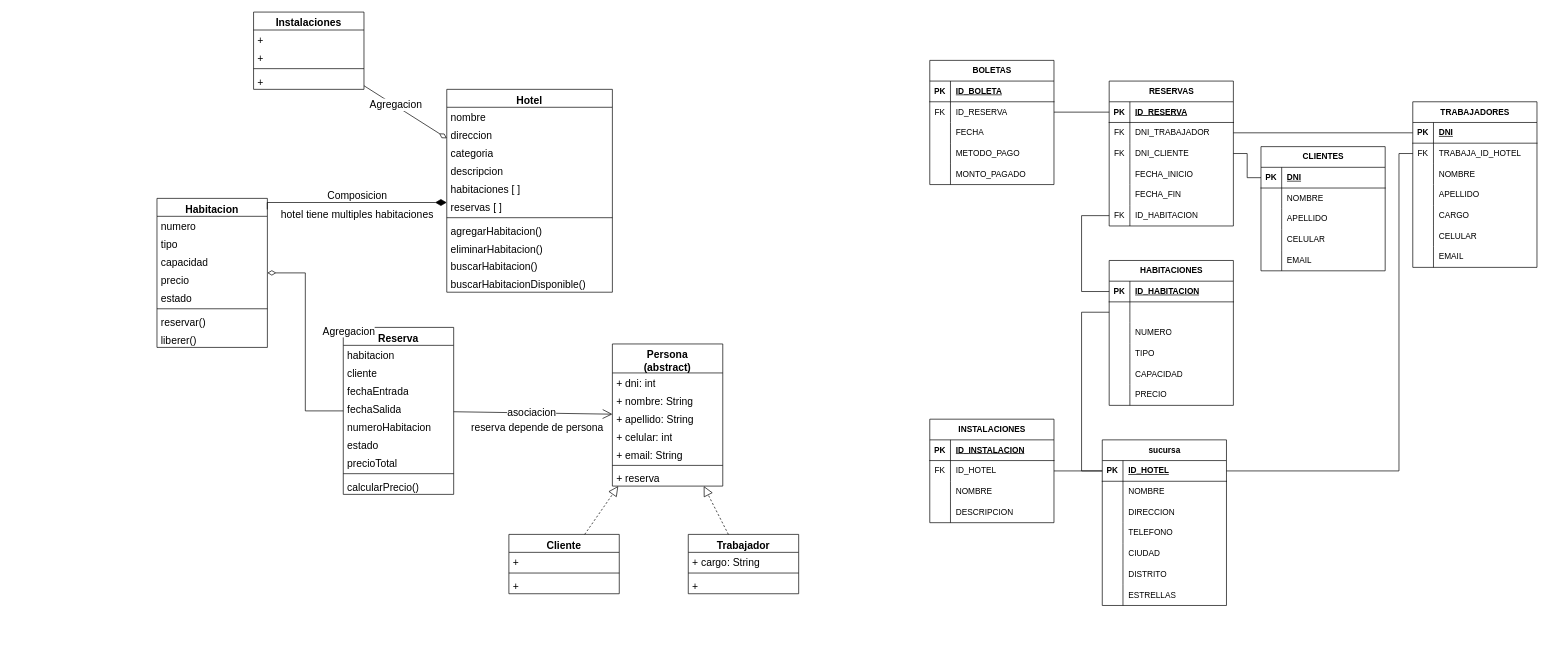
This is UML.drawio from Leo-Spj/Sistema-Gestor-de-Reservas-Hoteleras, a draw.io file, before an edit. Source tidied: cells renumbered, new cells numbered last; positions are measured from the earlier drawing's top-left corner, leaving out a move shared by most shapes. Both pictures are drawn from the tidied source at 69%, with x=0, y=0 at pixel (157, 12).
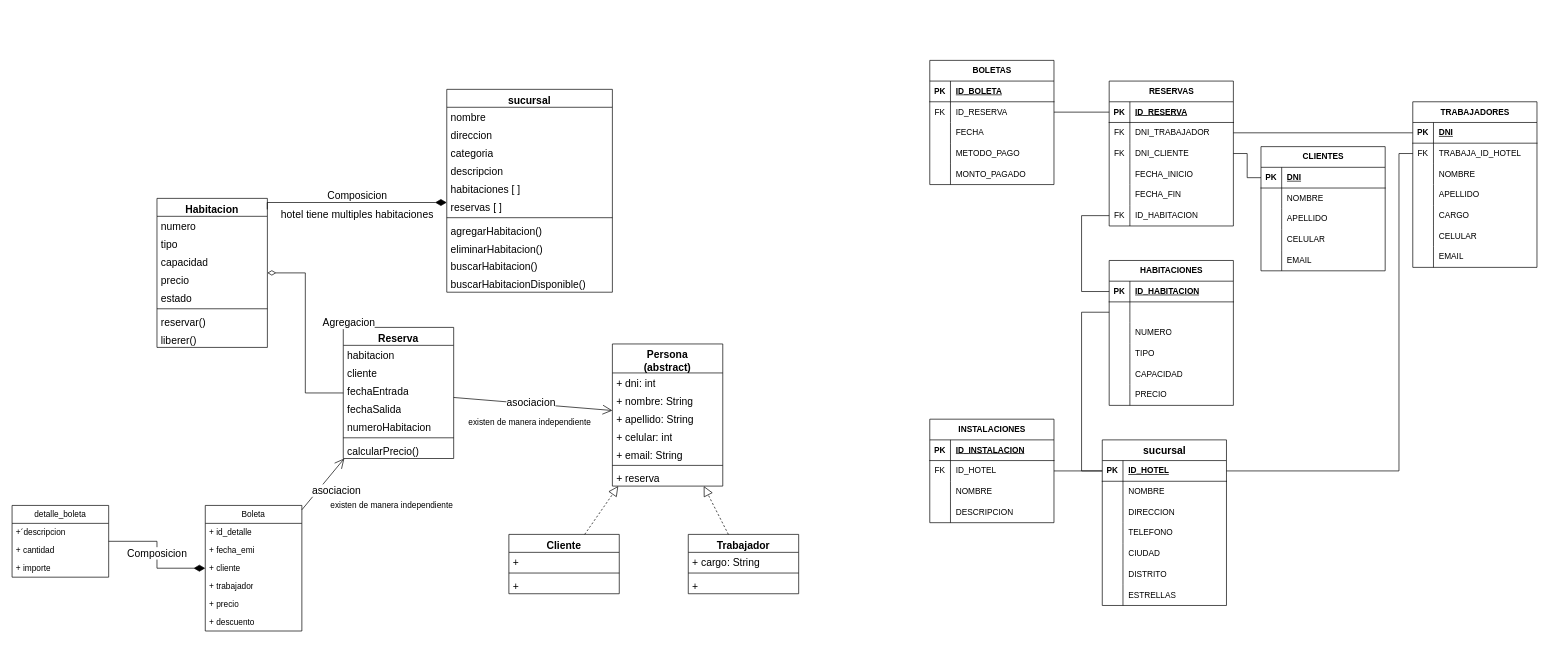
After the change.

Commit message:
draw.io actualizacion de diagrama de clases

Unchanged cells that the change refers to:
```xml
<mxCell id="199" style="endArrow=open;endFill=1;endSize=12;html=1;rounded=0;fontSize=15;" parent="1" edge="1" source="166" target="189">
  <mxGeometry relative="1" as="geometry" />
</mxCell>
```

What changed in the source:
```diff
@@
-    <mxCell id="21" value="sucursa" style="shape=table;startSize=30;childLayout=tableLayout;rowLines=0;fontStyle=1;align=center;html=1;" parent="1" vertex="1">
+    <mxCell id="21" value="&lt;font style=&quot;font-size: 15px;&quot;&gt;sucursal&lt;/font&gt;" style="shape=table;startSize=30;childLayout=tableLayout;rowLines=0;fontStyle=1;align=center;html=1;" parent="1" vertex="1">
       <mxGeometry x="1370" y="620" width="180" height="240" as="geometry" />
     </mxCell>
@@
-    <mxCell id="145" value="Hotel" style="swimlane;fontStyle=1;align=center;verticalAlign=top;horizontal=1;startSize=26;whiteSpace=wrap;html=1;fontSize=15;fontFamily=Helvetica;" parent="1" vertex="1">
+    <mxCell id="145" value="sucursal" style="swimlane;fontStyle=1;align=center;verticalAlign=top;horizontal=1;startSize=26;whiteSpace=wrap;html=1;fontSize=15;fontFamily=Helvetica;" parent="1" vertex="1">
       <mxGeometry x="420" y="112" width="240" height="294" as="geometry" />
     </mxCell>
@@
     <mxCell id="166" value="Reserva" style="swimlane;fontStyle=1;align=center;verticalAlign=top;horizontal=1;startSize=26;whiteSpace=wrap;html=1;fontSize=15;fontFamily=Helvetica;" parent="1" vertex="1">
-      <mxGeometry x="270" y="457" width="160" height="242" as="geometry" />
+      <mxGeometry x="270" y="457" width="160" height="190" as="geometry" />
     </mxCell>
@@
-    <mxCell id="172" value="estado" style="text;strokeColor=none;fillColor=none;align=left;verticalAlign=top;spacingLeft=4;spacingRight=4;overflow=hidden;whiteSpace=wrap;html=1;fontSize=15;fontFamily=Helvetica;" parent="166" vertex="1">
-      <mxGeometry y="156" width="160" height="26" as="geometry" />
-    </mxCell>
-    <mxCell id="173" value="precioTotal" style="text;strokeColor=none;fillColor=none;align=left;verticalAlign=top;spacingLeft=4;spacingRight=4;overflow=hidden;whiteSpace=wrap;html=1;fontSize=15;fontFamily=Helvetica;" parent="166" vertex="1">
-      <mxGeometry y="182" width="160" height="26" as="geometry" />
-    </mxCell>
     <mxCell id="174" style="line;strokeWidth=1;fillColor=none;align=left;verticalAlign=middle;spacingTop=-1;spacingLeft=3;spacingRight=3;labelPosition=right;strokeColor=inherit;fontSize=15;fontFamily=Helvetica;" parent="166" vertex="1">
-      <mxGeometry y="208" width="160" height="8" as="geometry" />
+      <mxGeometry y="156" width="160" height="8" as="geometry" />
     </mxCell>
     <mxCell id="175" value="calcularPrecio()" style="text;strokeColor=none;fillColor=none;align=left;verticalAlign=top;spacingLeft=4;spacingRight=4;overflow=hidden;whiteSpace=wrap;html=1;fontSize=15;fontFamily=Helvetica;" parent="166" vertex="1">
-      <mxGeometry y="216" width="160" height="26" as="geometry" />
+      <mxGeometry y="164" width="160" height="26" as="geometry" />
     </mxCell>
@@
-    <mxCell id="180" value="Instalaciones" style="swimlane;fontStyle=1;align=center;verticalAlign=top;horizontal=1;startSize=26;whiteSpace=wrap;html=1;fontSize=15;fontFamily=Helvetica;" parent="1" vertex="1">
-      <mxGeometry x="140" width="160" height="112" as="geometry" />
-    </mxCell>
-    <mxCell id="181" value="+" style="text;strokeColor=none;fillColor=none;align=left;verticalAlign=top;spacingLeft=4;spacingRight=4;overflow=hidden;whiteSpace=wrap;html=1;fontSize=15;fontFamily=Helvetica;" parent="180" vertex="1">
-      <mxGeometry y="26" width="160" height="26" as="geometry" />
-    </mxCell>
-    <mxCell id="182" value="+" style="text;strokeColor=none;fillColor=none;align=left;verticalAlign=top;spacingLeft=4;spacingRight=4;overflow=hidden;whiteSpace=wrap;html=1;fontSize=15;fontFamily=Helvetica;" parent="180" vertex="1">
-      <mxGeometry y="52" width="160" height="26" as="geometry" />
-    </mxCell>
-    <mxCell id="183" style="line;strokeWidth=1;fillColor=none;align=left;verticalAlign=middle;spacingTop=-1;spacingLeft=3;spacingRight=3;labelPosition=right;strokeColor=inherit;fontSize=15;fontFamily=Helvetica;" parent="180" vertex="1">
-      <mxGeometry y="78" width="160" height="8" as="geometry" />
-    </mxCell>
-    <mxCell id="184" value="+" style="text;strokeColor=none;fillColor=none;align=left;verticalAlign=top;spacingLeft=4;spacingRight=4;overflow=hidden;whiteSpace=wrap;html=1;fontSize=15;fontFamily=Helvetica;" parent="180" vertex="1">
-      <mxGeometry y="86" width="160" height="26" as="geometry" />
-    </mxCell>
-    <mxCell id="185" style="endArrow=diamondThin;endFill=0;endSize=10;html=1;rounded=0;fontSize=15;fontFamily=Helvetica;" parent="1" edge="1" source="180" target="145">
-      <mxGeometry relative="1" as="geometry" />
-    </mxCell>
-    <mxCell id="186" value="Agregacion" style="edgeLabel;html=1;align=center;verticalAlign=middle;fontSize=15;fontFamily=Helvetica;" parent="185" vertex="1">
-      <mxGeometry x="-0.25" y="2" relative="1" as="geometry" />
-    </mxCell>
@@
-    <mxCell id="201" value="reserva depende de persona" style="edgeLabel;html=1;align=center;verticalAlign=middle;fontSize=15;" parent="199" vertex="1">
-      <mxGeometry x="0.34" y="-1" relative="1" as="geometry">
-        <mxPoint x="-33" y="19" as="offset" />
-      </mxGeometry>
-    </mxCell>
+    <mxCell id="202" value="Boleta" style="swimlane;fontStyle=0;horizontal=1;startSize=26;fillColor=none;whiteSpace=wrap;html=1;" parent="1" vertex="1">
+      <mxGeometry x="70" y="715" width="140" height="182" as="geometry" />
+    </mxCell>
+    <mxCell id="203" value="+ id_detalle" style="text;strokeColor=none;fillColor=none;align=left;verticalAlign=top;spacingLeft=4;spacingRight=4;overflow=hidden;whiteSpace=wrap;html=1;" parent="202" vertex="1">
+      <mxGeometry y="26" width="140" height="26" as="geometry" />
+    </mxCell>
+    <mxCell id="204" value="+ fecha_emi" style="text;strokeColor=none;fillColor=none;align=left;verticalAlign=top;spacingLeft=4;spacingRight=4;overflow=hidden;whiteSpace=wrap;html=1;" parent="202" vertex="1">
+      <mxGeometry y="52" width="140" height="26" as="geometry" />
+    </mxCell>
+    <mxCell id="205" value="+ cliente" style="text;strokeColor=none;fillColor=none;align=left;verticalAlign=top;spacingLeft=4;spacingRight=4;overflow=hidden;whiteSpace=wrap;html=1;" parent="202" vertex="1">
+      <mxGeometry y="78" width="140" height="26" as="geometry" />
+    </mxCell>
+    <mxCell id="206" value="+ trabajador" style="text;strokeColor=none;fillColor=none;align=left;verticalAlign=top;spacingLeft=4;spacingRight=4;overflow=hidden;whiteSpace=wrap;html=1;" parent="202" vertex="1">
+      <mxGeometry y="104" width="140" height="26" as="geometry" />
+    </mxCell>
+    <mxCell id="207" value="+ precio" style="text;strokeColor=none;fillColor=none;align=left;verticalAlign=top;spacingLeft=4;spacingRight=4;overflow=hidden;whiteSpace=wrap;html=1;" parent="202" vertex="1">
+      <mxGeometry y="130" width="140" height="26" as="geometry" />
+    </mxCell>
+    <mxCell id="208" value="+ descuento" style="text;strokeColor=none;fillColor=none;align=left;verticalAlign=top;spacingLeft=4;spacingRight=4;overflow=hidden;whiteSpace=wrap;html=1;" parent="202" vertex="1">
+      <mxGeometry y="156" width="140" height="26" as="geometry" />
+    </mxCell>
+    <mxCell id="209" value="detalle_boleta" style="swimlane;fontStyle=0;horizontal=1;startSize=26;fillColor=none;whiteSpace=wrap;html=1;" parent="1" vertex="1">
+      <mxGeometry x="-210" y="715" width="140" height="104" as="geometry" />
+    </mxCell>
+    <mxCell id="210" value="+´descripcion" style="text;strokeColor=none;fillColor=none;align=left;verticalAlign=top;spacingLeft=4;spacingRight=4;overflow=hidden;whiteSpace=wrap;html=1;" parent="209" vertex="1">
+      <mxGeometry y="26" width="140" height="26" as="geometry" />
+    </mxCell>
+    <mxCell id="211" value="+ cantidad" style="text;strokeColor=none;fillColor=none;align=left;verticalAlign=top;spacingLeft=4;spacingRight=4;overflow=hidden;whiteSpace=wrap;html=1;" parent="209" vertex="1">
+      <mxGeometry y="52" width="140" height="26" as="geometry" />
+    </mxCell>
+    <mxCell id="212" value="+ importe" style="text;strokeColor=none;fillColor=none;align=left;verticalAlign=top;spacingLeft=4;spacingRight=4;overflow=hidden;whiteSpace=wrap;html=1;" parent="209" vertex="1">
+      <mxGeometry y="78" width="140" height="26" as="geometry" />
+    </mxCell>
+    <mxCell id="213" value="existen de manera independiente" style="text;html=1;align=center;verticalAlign=middle;strokeColor=none;fillColor=none;" parent="1" vertex="1">
+      <mxGeometry x="240" y="700" width="200" height="30" as="geometry" />
+    </mxCell>
+    <mxCell id="214" value="existen de manera independiente" style="text;html=1;align=center;verticalAlign=middle;strokeColor=none;fillColor=none;" parent="1" vertex="1">
+      <mxGeometry x="440" y="580" width="200" height="30" as="geometry" />
+    </mxCell>
+    <mxCell id="215" style="endArrow=open;endFill=1;endSize=12;html=1;rounded=0;fontSize=15;" parent="1" edge="1" source="202" target="166">
+      <mxGeometry relative="1" as="geometry" />
+    </mxCell>
+    <mxCell id="216" value="asociacion" style="edgeLabel;html=1;align=center;verticalAlign=middle;fontSize=15;" parent="215" vertex="1">
+      <mxGeometry x="-0.26" y="1" relative="1" as="geometry">
+        <mxPoint x="27" as="offset" />
+      </mxGeometry>
+    </mxCell>
+    <mxCell id="217" style="align=right;html=1;verticalAlign=bottom;endArrow=none;startArrow=diamondThin;startSize=14;startFill=1;edgeStyle=orthogonalEdgeStyle;rounded=0;fontSize=15;fontFamily=Helvetica;endSize=10;" parent="1" edge="1" source="202" target="209">
+      <mxGeometry x="1" relative="1" as="geometry" />
+    </mxCell>
+    <mxCell id="218" value="Composicion" style="edgeLabel;html=1;align=center;verticalAlign=middle;fontSize=15;fontFamily=Helvetica;" parent="217" vertex="1">
+      <mxGeometry x="0.46" y="-2" relative="1" as="geometry">
+        <mxPoint x="21" y="18" as="offset" />
+      </mxGeometry>
+    </mxCell>
```
